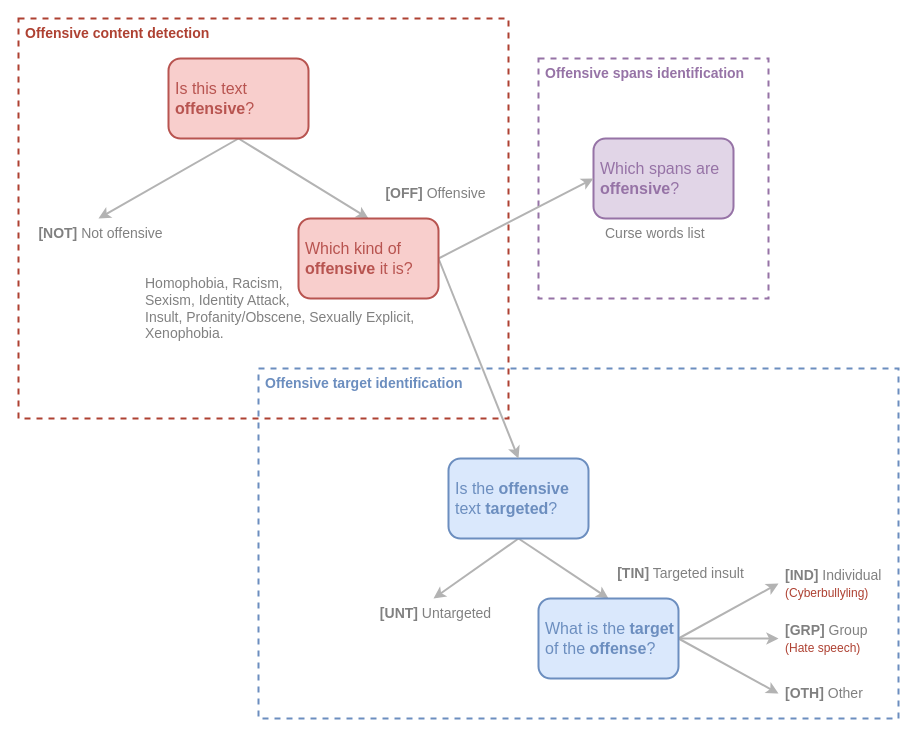
This is page "hierarchical_levels2" (3 of 4) of docs/diagrams/diagrams.drawio from DougTrajano/ToChiquinho, a draw.io file, before an edit. Source tidied: cells renumbered, new cells numbered last; positions are measured from the earlier drawing's top-left corner, leaving out a move shared by most shapes. Both pictures are drawn from the tidied source at 100%, with x=0, y=0 at pixel (18, 18).
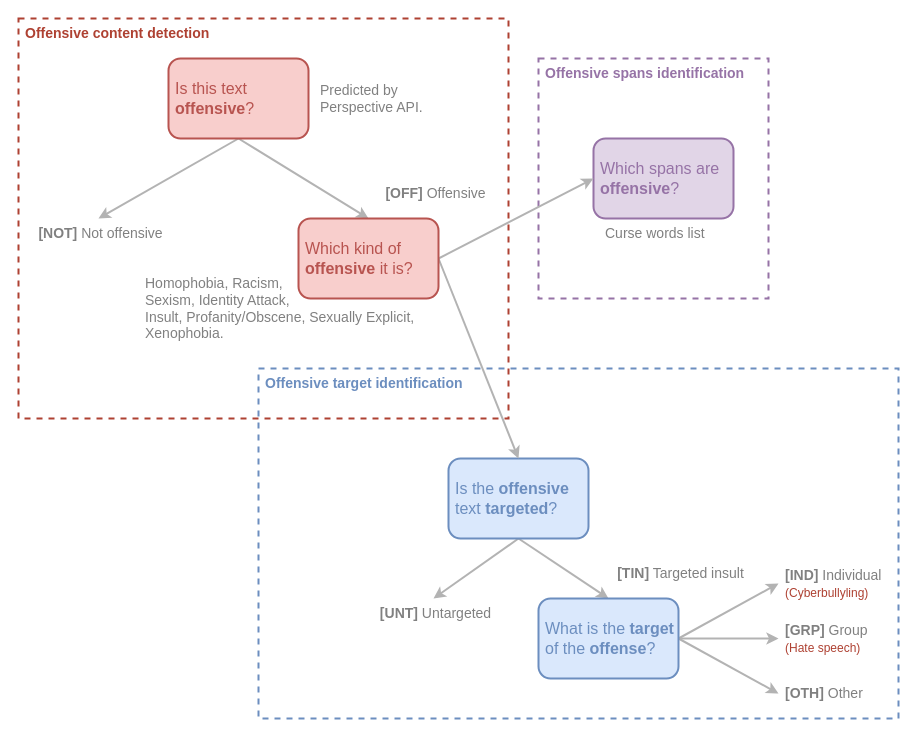
The same page after the edit.

Change to the diagram source:
```diff
@@
+    <mxCell id="28" value="&lt;font color=&quot;#808080&quot;&gt;Predicted by&lt;br&gt;Perspective API.&lt;/font&gt;" style="text;html=1;strokeColor=none;fillColor=none;align=left;verticalAlign=middle;whiteSpace=wrap;rounded=0;fontSize=14;fontColor=#6C8EBF;spacingLeft=5;fontStyle=0;" parent="1" vertex="1">
+      <mxGeometry x="295" y="60" width="125" height="40" as="geometry" />
+    </mxCell>
```
